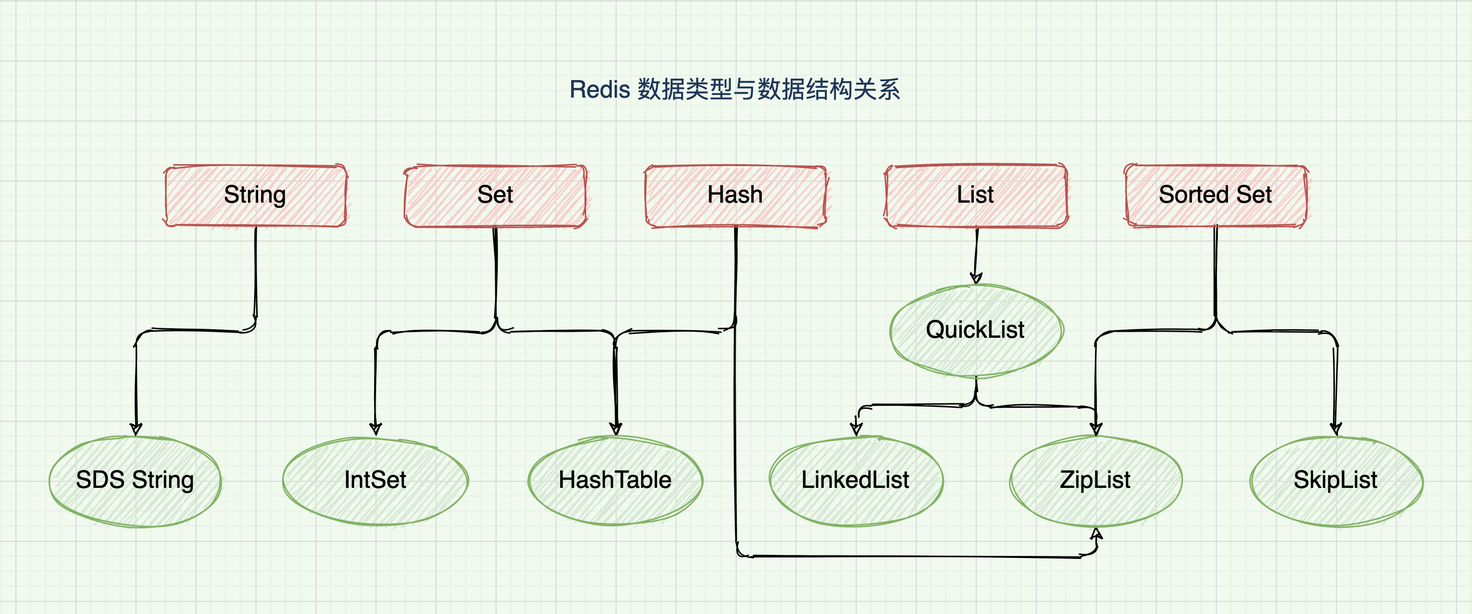
This is assets/Redis数据类型.png from wnanbei/infinite-progress, a draw.io export, as it was before one commit. Source tidied: cells renumbered, new cells last; positions are measured from the earlier drawing's top-left corner, leaving out a move shared by most shapes.
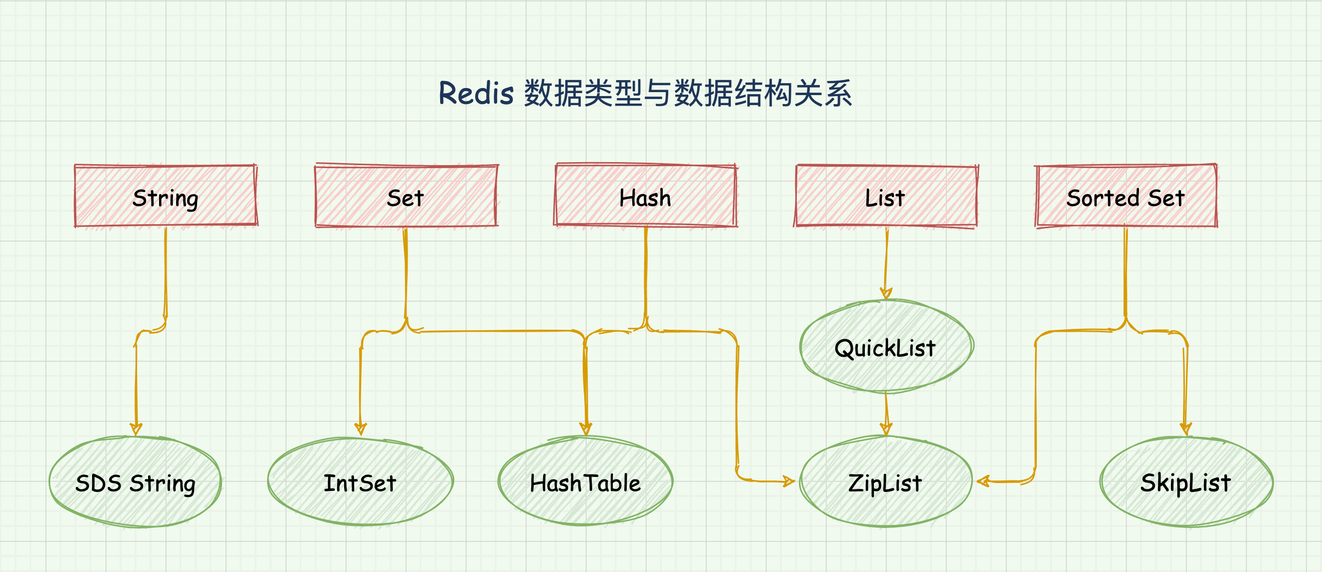
Later version of the same file.

Diff of the diagram source:
```diff
@@ -1,75 +1,81 @@
-<mxGraphModel background="#F1FAEE" shadow="1">
+<mxGraphModel background="#F1FAEE">
   <root>
     <mxCell id="0" />
     <mxCell id="1" parent="0" />
-    <mxCell id="2" style="edgeStyle=orthogonalEdgeStyle;curved=0;rounded=1;sketch=1;jettySize=auto;html=1;exitX=0.5;exitY=1;exitDx=0;exitDy=0;entryX=0.5;entryY=0;entryDx=0;entryDy=0;fontSize=16;fontColor=#1D3557;labelBackgroundColor=#F1FAEE;" parent="1" edge="1" source="4" target="16">
+    <mxCell id="2" style="edgeStyle=orthogonalEdgeStyle;jettySize=auto;html=1;exitX=0.5;exitY=1;exitDx=0;exitDy=0;entryX=0.5;entryY=0;entryDx=0;entryDy=0;fontSize=15;fontColor=#1D3557;labelBackgroundColor=#F1FAEE;shadow=0;sketch=1;fontFamily=Comic Sans MS;fillColor=#ffe6cc;strokeColor=#d79b00;" parent="1" edge="1" source="4" target="16">
       <mxGeometry relative="1" as="geometry" />
     </mxCell>
-    <mxCell id="3" style="edgeStyle=orthogonalEdgeStyle;curved=0;rounded=1;sketch=1;jettySize=auto;html=1;exitX=0.5;exitY=1;exitDx=0;exitDy=0;entryX=0.5;entryY=1;entryDx=0;entryDy=0;fontSize=16;fontColor=#1D3557;labelBackgroundColor=#F1FAEE;" parent="1" edge="1" source="4" target="19">
-      <mxGeometry relative="1" as="geometry" />
+    <mxCell id="3" style="edgeStyle=orthogonalEdgeStyle;jettySize=auto;html=1;exitX=0.5;exitY=1;exitDx=0;exitDy=0;entryX=0;entryY=0.5;entryDx=0;entryDy=0;fontSize=15;fontColor=#1D3557;labelBackgroundColor=#F1FAEE;shadow=0;sketch=1;fontFamily=Comic Sans MS;fillColor=#ffe6cc;strokeColor=#d79b00;" parent="1" edge="1" source="4" target="19">
+      <mxGeometry relative="1" as="geometry">
+        <Array as="points">
+          <mxPoint x="460" y="190" />
+          <mxPoint x="520" y="190" />
+          <mxPoint x="520" y="290" />
+        </Array>
+      </mxGeometry>
     </mxCell>
-    <mxCell id="4" value="Hash" style="rounded=1;whiteSpace=wrap;html=1;sketch=1;strokeColor=#b85450;fillColor=#f8cecc;fontSize=16;" parent="1" vertex="1">
+    <mxCell id="4" value="Hash" style="whiteSpace=wrap;html=1;strokeColor=#b85450;fillColor=#f8cecc;fontSize=15;shadow=0;sketch=1;fontFamily=Comic Sans MS;" parent="1" vertex="1">
       <mxGeometry x="400" y="80" width="120" height="40" as="geometry" />
     </mxCell>
-    <mxCell id="5" style="edgeStyle=orthogonalEdgeStyle;curved=0;rounded=1;sketch=1;jettySize=auto;html=1;exitX=0.5;exitY=1;exitDx=0;exitDy=0;fontSize=16;fontColor=#1D3557;labelBackgroundColor=#F1FAEE;" parent="1" edge="1" source="6" target="23">
+    <mxCell id="5" style="edgeStyle=orthogonalEdgeStyle;jettySize=auto;html=1;exitX=0.5;exitY=1;exitDx=0;exitDy=0;fontSize=15;fontColor=#1D3557;labelBackgroundColor=#F1FAEE;shadow=0;sketch=1;fontFamily=Comic Sans MS;fillColor=#ffe6cc;strokeColor=#d79b00;" parent="1" edge="1" source="6" target="23">
       <mxGeometry relative="1" as="geometry" />
     </mxCell>
-    <mxCell id="6" value="String" style="rounded=1;whiteSpace=wrap;html=1;sketch=1;strokeColor=#b85450;fillColor=#f8cecc;fontSize=16;" parent="1" vertex="1">
+    <mxCell id="6" value="String" style="whiteSpace=wrap;html=1;strokeColor=#b85450;fillColor=#f8cecc;fontSize=15;shadow=0;sketch=1;fontFamily=Comic Sans MS;" parent="1" vertex="1">
       <mxGeometry x="80" y="80" width="120" height="40" as="geometry" />
     </mxCell>
-    <mxCell id="7" style="edgeStyle=orthogonalEdgeStyle;curved=0;rounded=1;sketch=1;jettySize=auto;html=1;exitX=0.5;exitY=1;exitDx=0;exitDy=0;entryX=0.5;entryY=0;entryDx=0;entryDy=0;fontSize=16;fontColor=#1D3557;labelBackgroundColor=#F1FAEE;" parent="1" edge="1" source="9" target="17">
+    <mxCell id="7" style="edgeStyle=orthogonalEdgeStyle;jettySize=auto;html=1;exitX=0.5;exitY=1;exitDx=0;exitDy=0;entryX=0.5;entryY=0;entryDx=0;entryDy=0;fontSize=15;fontColor=#1D3557;labelBackgroundColor=#F1FAEE;shadow=0;sketch=1;fontFamily=Comic Sans MS;fillColor=#ffe6cc;strokeColor=#d79b00;" parent="1" edge="1" source="9" target="17">
       <mxGeometry relative="1" as="geometry" />
     </mxCell>
-    <mxCell id="8" style="edgeStyle=orthogonalEdgeStyle;curved=0;rounded=1;sketch=1;jettySize=auto;html=1;exitX=0.5;exitY=1;exitDx=0;exitDy=0;entryX=0.5;entryY=0;entryDx=0;entryDy=0;fontSize=16;fontColor=#1D3557;labelBackgroundColor=#F1FAEE;" parent="1" edge="1" source="9" target="19">
-      <mxGeometry relative="1" as="geometry" />
+    <mxCell id="8" style="edgeStyle=orthogonalEdgeStyle;jettySize=auto;html=1;exitX=0.5;exitY=1;exitDx=0;exitDy=0;entryX=1;entryY=0.5;entryDx=0;entryDy=0;fontSize=15;fontColor=#1D3557;labelBackgroundColor=#F1FAEE;shadow=0;sketch=1;fontFamily=Comic Sans MS;fillColor=#ffe6cc;strokeColor=#d79b00;" parent="1" edge="1" source="9" target="19">
+      <mxGeometry relative="1" as="geometry">
+        <Array as="points">
+          <mxPoint x="780" y="190" />
+          <mxPoint x="720" y="190" />
+          <mxPoint x="720" y="290" />
+        </Array>
+      </mxGeometry>
     </mxCell>
-    <mxCell id="9" value="Sorted Set" style="rounded=1;whiteSpace=wrap;html=1;sketch=1;strokeColor=#b85450;fillColor=#f8cecc;fontSize=16;" parent="1" vertex="1">
+    <mxCell id="9" value="Sorted Set" style="whiteSpace=wrap;html=1;strokeColor=#b85450;fillColor=#f8cecc;fontSize=15;shadow=0;sketch=1;fontFamily=Comic Sans MS;" parent="1" vertex="1">
       <mxGeometry x="720" y="80" width="120" height="40" as="geometry" />
     </mxCell>
-    <mxCell id="10" style="edgeStyle=orthogonalEdgeStyle;curved=0;rounded=1;sketch=1;jettySize=auto;html=1;exitX=0.5;exitY=1;exitDx=0;exitDy=0;entryX=0.5;entryY=0;entryDx=0;entryDy=0;fontSize=16;fontColor=#1D3557;labelBackgroundColor=#F1FAEE;" parent="1" edge="1" source="11" target="22">
+    <mxCell id="10" style="edgeStyle=orthogonalEdgeStyle;jettySize=auto;html=1;exitX=0.5;exitY=1;exitDx=0;exitDy=0;entryX=0.5;entryY=0;entryDx=0;entryDy=0;fontSize=15;fontColor=#1D3557;labelBackgroundColor=#F1FAEE;shadow=0;sketch=1;fontFamily=Comic Sans MS;fillColor=#ffe6cc;strokeColor=#d79b00;" parent="1" edge="1" source="11" target="22">
       <mxGeometry relative="1" as="geometry" />
     </mxCell>
-    <mxCell id="11" value="List" style="rounded=1;whiteSpace=wrap;html=1;sketch=1;strokeColor=#b85450;fillColor=#f8cecc;fontSize=16;" parent="1" vertex="1">
+    <mxCell id="11" value="List" style="whiteSpace=wrap;html=1;strokeColor=#b85450;fillColor=#f8cecc;fontSize=15;shadow=0;sketch=1;fontFamily=Comic Sans MS;" parent="1" vertex="1">
       <mxGeometry x="560" y="80" width="120" height="40" as="geometry" />
     </mxCell>
-    <mxCell id="12" style="edgeStyle=orthogonalEdgeStyle;curved=0;rounded=1;sketch=1;jettySize=auto;html=1;exitX=0.5;exitY=1;exitDx=0;exitDy=0;entryX=0.5;entryY=0;entryDx=0;entryDy=0;fontSize=16;fontColor=#1D3557;labelBackgroundColor=#F1FAEE;" parent="1" edge="1" source="14" target="15">
+    <mxCell id="12" style="edgeStyle=orthogonalEdgeStyle;jettySize=auto;html=1;exitX=0.5;exitY=1;exitDx=0;exitDy=0;entryX=0.5;entryY=0;entryDx=0;entryDy=0;fontSize=15;fontColor=#1D3557;labelBackgroundColor=#F1FAEE;shadow=0;sketch=1;fontFamily=Comic Sans MS;fillColor=#ffe6cc;strokeColor=#d79b00;" parent="1" edge="1" source="14" target="15">
       <mxGeometry relative="1" as="geometry" />
     </mxCell>
-    <mxCell id="13" style="edgeStyle=orthogonalEdgeStyle;curved=0;rounded=1;sketch=1;jettySize=auto;html=1;exitX=0.5;exitY=1;exitDx=0;exitDy=0;entryX=0.5;entryY=0;entryDx=0;entryDy=0;fontSize=16;fontColor=#1D3557;labelBackgroundColor=#F1FAEE;" parent="1" edge="1" source="14" target="16">
+    <mxCell id="13" style="edgeStyle=orthogonalEdgeStyle;jettySize=auto;html=1;exitX=0.5;exitY=1;exitDx=0;exitDy=0;entryX=0.5;entryY=0;entryDx=0;entryDy=0;fontSize=15;fontColor=#1D3557;labelBackgroundColor=#F1FAEE;shadow=0;sketch=1;fontFamily=Comic Sans MS;fillColor=#ffe6cc;strokeColor=#d79b00;" parent="1" edge="1" source="14" target="16">
       <mxGeometry relative="1" as="geometry" />
     </mxCell>
-    <mxCell id="14" value="Set" style="rounded=1;whiteSpace=wrap;html=1;sketch=1;strokeColor=#b85450;fillColor=#f8cecc;fontSize=16;" parent="1" vertex="1">
+    <mxCell id="14" value="Set" style="whiteSpace=wrap;html=1;strokeColor=#b85450;fillColor=#f8cecc;fontSize=15;shadow=0;sketch=1;fontFamily=Comic Sans MS;" parent="1" vertex="1">
       <mxGeometry x="240" y="80" width="120" height="40" as="geometry" />
     </mxCell>
-    <mxCell id="15" value="IntSet" style="ellipse;whiteSpace=wrap;html=1;rounded=0;sketch=1;fontSize=16;strokeColor=#82b366;fillColor=#d5e8d4;" parent="1" vertex="1">
-      <mxGeometry x="160" y="260" width="120" height="60" as="geometry" />
+    <mxCell id="15" value="IntSet" style="ellipse;whiteSpace=wrap;html=1;fontSize=15;fillColor=#d5e8d4;shadow=0;strokeColor=#82b366;sketch=1;fontFamily=Comic Sans MS;" parent="1" vertex="1">
+      <mxGeometry x="210" y="260" width="120" height="60" as="geometry" />
     </mxCell>
-    <mxCell id="16" value="HashTable" style="ellipse;whiteSpace=wrap;html=1;rounded=0;sketch=1;fontSize=16;strokeColor=#82b366;fillColor=#d5e8d4;" parent="1" vertex="1">
-      <mxGeometry x="320" y="260" width="120" height="60" as="geometry" />
+    <mxCell id="16" value="HashTable" style="ellipse;whiteSpace=wrap;html=1;fontSize=15;fillColor=#d5e8d4;shadow=0;strokeColor=#82b366;sketch=1;fontFamily=Comic Sans MS;" parent="1" vertex="1">
+      <mxGeometry x="360" y="260" width="120" height="60" as="geometry" />
     </mxCell>
-    <mxCell id="17" value="SkipList" style="ellipse;whiteSpace=wrap;html=1;rounded=0;sketch=1;fontSize=16;strokeColor=#82b366;fillColor=#d5e8d4;" parent="1" vertex="1">
-      <mxGeometry x="800" y="260" width="120" height="60" as="geometry" />
+    <mxCell id="17" value="SkipList" style="ellipse;whiteSpace=wrap;html=1;fontSize=16;fillColor=#d5e8d4;shadow=0;strokeColor=#82b366;sketch=1;fontFamily=Comic Sans MS;" parent="1" vertex="1">
+      <mxGeometry x="760" y="260" width="120" height="60" as="geometry" />
     </mxCell>
-    <mxCell id="18" value="LinkedList" style="ellipse;whiteSpace=wrap;html=1;rounded=0;sketch=1;fontSize=16;strokeColor=#82b366;fillColor=#d5e8d4;" parent="1" vertex="1">
-      <mxGeometry x="480" y="260" width="120" height="60" as="geometry" />
-    </mxCell>
-    <mxCell id="19" value="ZipList" style="ellipse;whiteSpace=wrap;html=1;rounded=0;sketch=1;fontSize=16;strokeColor=#82b366;fillColor=#d5e8d4;" parent="1" vertex="1">
-      <mxGeometry x="640" y="260" width="120" height="60" as="geometry" />
+    <mxCell id="19" value="ZipList" style="ellipse;whiteSpace=wrap;html=1;fontSize=15;fillColor=#d5e8d4;shadow=0;strokeColor=#82b366;sketch=1;fontFamily=Comic Sans MS;" parent="1" vertex="1">
+      <mxGeometry x="560" y="260" width="120" height="60" as="geometry" />
     </mxCell>
-    <mxCell id="20" style="edgeStyle=orthogonalEdgeStyle;curved=0;rounded=1;sketch=1;jettySize=auto;html=1;exitX=0.5;exitY=1;exitDx=0;exitDy=0;entryX=0.5;entryY=0;entryDx=0;entryDy=0;fontSize=16;fontColor=#1D3557;labelBackgroundColor=#F1FAEE;" parent="1" edge="1" source="22" target="18">
-      <mxGeometry relative="1" as="geometry" />
-    </mxCell>
-    <mxCell id="21" style="edgeStyle=orthogonalEdgeStyle;curved=0;rounded=1;sketch=1;jettySize=auto;html=1;exitX=0.5;exitY=1;exitDx=0;exitDy=0;entryX=0.5;entryY=0;entryDx=0;entryDy=0;fontSize=16;fontColor=#1D3557;labelBackgroundColor=#F1FAEE;" parent="1" edge="1" source="22" target="19">
+    <mxCell id="21" style="edgeStyle=orthogonalEdgeStyle;jettySize=auto;html=1;exitX=0.5;exitY=1;exitDx=0;exitDy=0;entryX=0.5;entryY=0;entryDx=0;entryDy=0;fontSize=15;fontColor=#1D3557;labelBackgroundColor=#F1FAEE;shadow=0;fillColor=#ffe6cc;strokeColor=#d79b00;sketch=1;fontFamily=Comic Sans MS;" parent="1" edge="1" source="22" target="19">
       <mxGeometry relative="1" as="geometry" />
     </mxCell>
-    <mxCell id="22" value="QuickList" style="ellipse;whiteSpace=wrap;html=1;rounded=0;sketch=1;fontSize=16;strokeColor=#82b366;fillColor=#d5e8d4;" parent="1" vertex="1">
-      <mxGeometry x="560" y="160" width="120" height="60" as="geometry" />
+    <mxCell id="22" value="QuickList" style="ellipse;whiteSpace=wrap;html=1;fontSize=15;fillColor=#d5e8d4;shadow=0;strokeColor=#82b366;sketch=1;fontFamily=Comic Sans MS;" parent="1" vertex="1">
+      <mxGeometry x="560" y="170" width="120" height="60" as="geometry" />
     </mxCell>
-    <mxCell id="23" value="SDS String" style="ellipse;whiteSpace=wrap;html=1;rounded=0;sketch=1;fontSize=16;strokeColor=#82b366;fillColor=#d5e8d4;" parent="1" vertex="1">
-      <mxGeometry y="260" width="120" height="60" as="geometry" />
+    <mxCell id="23" value="SDS String" style="ellipse;whiteSpace=wrap;html=1;fontSize=15;fillColor=#d5e8d4;shadow=0;strokeColor=#82b366;sketch=1;fontFamily=Comic Sans MS;" parent="1" vertex="1">
+      <mxGeometry x="60" y="260" width="120" height="60" as="geometry" />
     </mxCell>
-    <mxCell id="24" value="Redis 数据类型与数据结构关系" style="rounded=0;whiteSpace=wrap;html=1;sketch=1;fontSize=16;fillColor=none;fontColor=#1D3557;strokeColor=none;" parent="1" vertex="1">
-      <mxGeometry x="325" width="270" height="60" as="geometry" />
+    <mxCell id="24" value="Redis 数据类型与数据结构关系" style="whiteSpace=wrap;html=1;fontSize=20;fillColor=none;fontColor=#1D3557;strokeColor=none;shadow=0;sketch=1;fontFamily=Comic Sans MS;" parent="1" vertex="1">
+      <mxGeometry x="312.5" width="295" height="60" as="geometry" />
     </mxCell>
   </root>
 </mxGraphModel>
```
